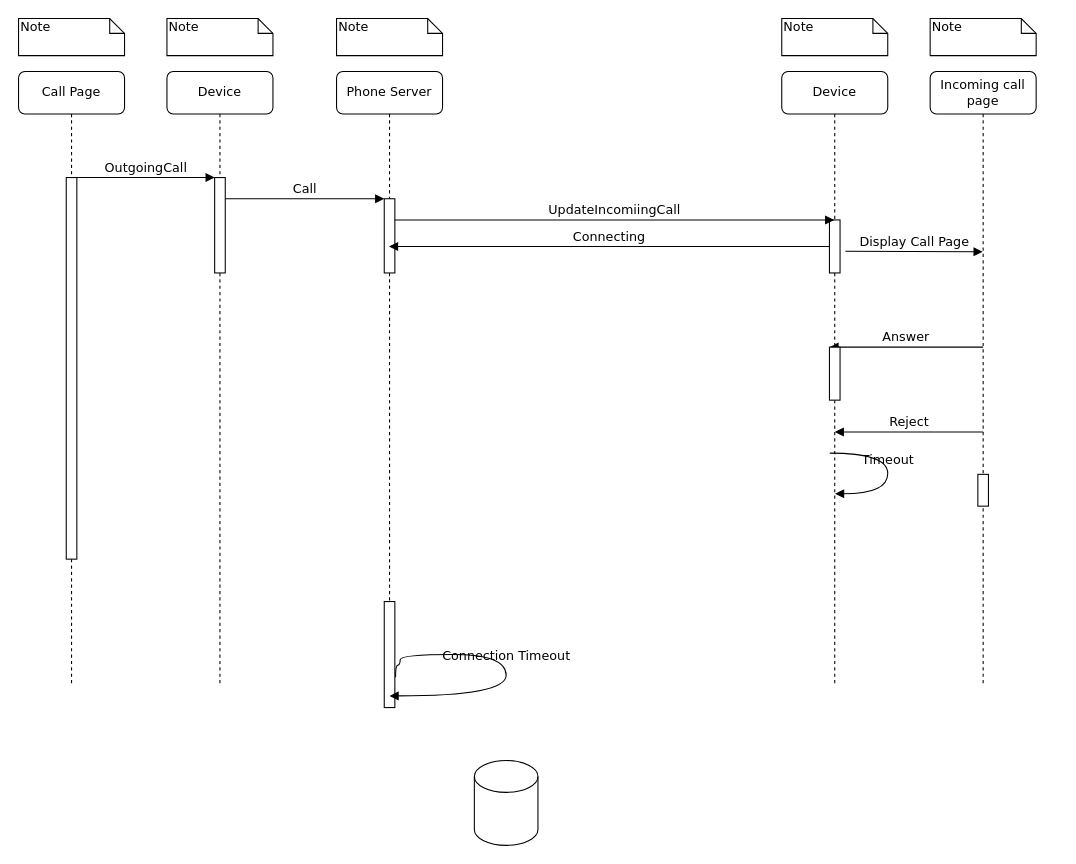
Earlier version of the draw.io diagram Doc/PhoneServerSequenceDiagram.drawio (amalia-angela/PhoneApp). Source tidied: cells renumbered, new cells numbered last; positions are measured from the earlier drawing's top-left corner, leaving out a move shared by most shapes. Both pictures are drawn from the tidied source at 106%, with x=0, y=0 at pixel (18, 18).
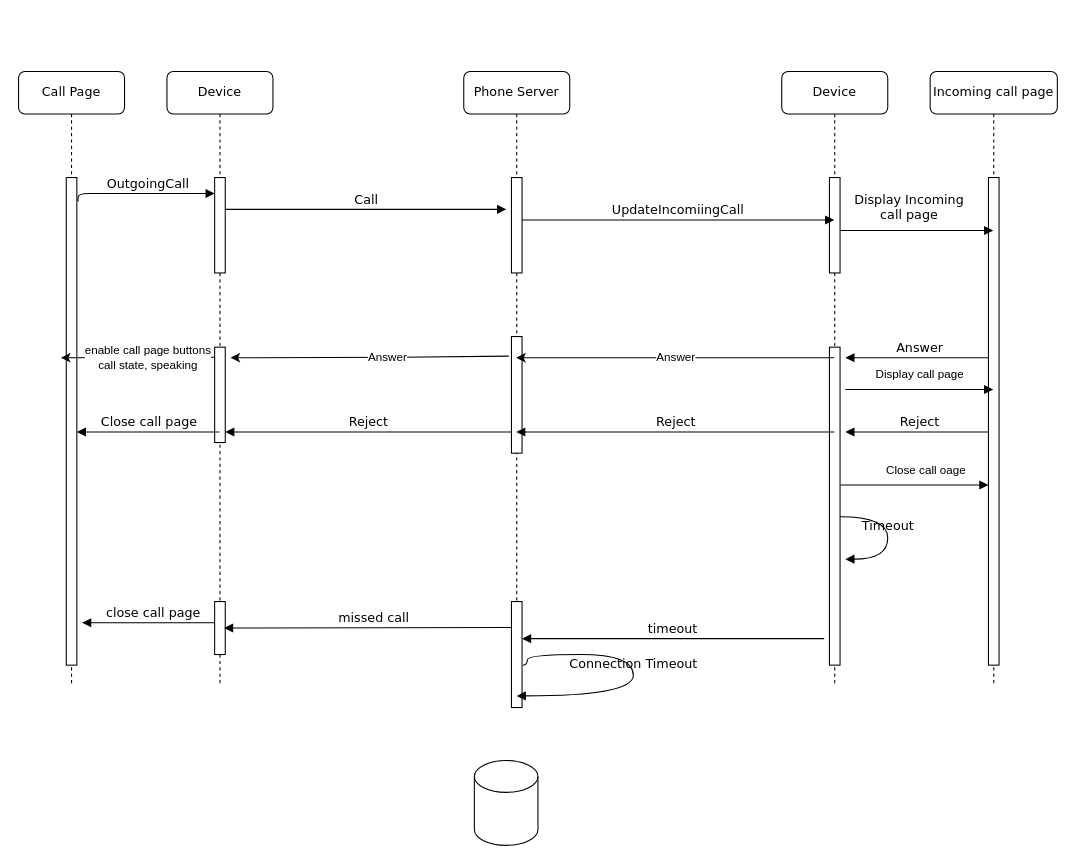
Above is the later version.

Commit message:
phone server sequence diagram

The change refers to these unchanged cells:
```xml
<mxCell id="2" value="Device" style="shape=umlLifeline;perimeter=lifelinePerimeter;whiteSpace=wrap;html=1;outlineConnect=0;rounded=1;shadow=0;comic=0;labelBackgroundColor=none;strokeWidth=1;fontFamily=Verdana;fontSize=12;align=center;" parent="1" vertex="1">
  <mxGeometry x="140" y="50" width="100" height="580" as="geometry" />
</mxCell>
<mxCell id="3" style="html=1;points=[];perimeter=orthogonalPerimeter;rounded=0;shadow=0;comic=0;labelBackgroundColor=none;strokeWidth=1;fontFamily=Verdana;fontSize=12;align=center;" parent="2" vertex="1">
  <mxGeometry x="45" y="100" width="10" height="90" as="geometry" />
</mxCell>
<mxCell id="6" style="html=1;points=[];perimeter=orthogonalPerimeter;rounded=0;shadow=0;comic=0;labelBackgroundColor=none;strokeWidth=1;fontFamily=Verdana;fontSize=12;align=center;" parent="4" vertex="1">
  <mxGeometry x="45" y="500" width="10" height="100" as="geometry" />
</mxCell>
<mxCell id="8" value="Device" style="shape=umlLifeline;perimeter=lifelinePerimeter;whiteSpace=wrap;html=1;outlineConnect=0;rounded=1;shadow=0;comic=0;labelBackgroundColor=none;strokeWidth=1;fontFamily=Verdana;fontSize=12;align=center;" parent="1" vertex="1">
  <mxGeometry x="720" y="50" width="100" height="580" as="geometry" />
</mxCell>
<mxCell id="15" value="Call Page" style="shape=umlLifeline;perimeter=lifelinePerimeter;whiteSpace=wrap;html=1;rounded=1;shadow=0;comic=0;labelBackgroundColor=none;strokeWidth=1;fontFamily=Verdana;fontSize=12;align=center;" parent="1" vertex="1">
  <mxGeometry y="50" width="100" height="580" as="geometry" />
</mxCell>
```

Change to the diagram source:
```diff
@@
+    <mxCell id="29" value="close call page&lt;br&gt;" style="html=1;verticalAlign=bottom;endArrow=block;labelBackgroundColor=none;fontFamily=Verdana;fontSize=12;edgeStyle=elbowEdgeStyle;elbow=vertical;" parent="2" edge="1">
+      <mxGeometry relative="1" as="geometry">
+        <mxPoint x="55" y="520" as="sourcePoint" />
+        <mxPoint x="-80" y="520" as="targetPoint" />
+        <Array as="points">
+          <mxPoint x="-70" y="520" />
+        </Array>
+      </mxGeometry>
+    </mxCell>
+    <mxCell id="30" style="html=1;perimeter=orthogonalPerimeter;rounded=0;shadow=0;comic=0;labelBackgroundColor=none;strokeWidth=1;fontFamily=Verdana;fontSize=12;align=center;" parent="2" vertex="1">
+      <mxGeometry x="45" y="260" width="10" height="90" as="geometry" />
+    </mxCell>
+    <mxCell id="31" style="html=1;points=[];perimeter=orthogonalPerimeter;rounded=0;shadow=0;comic=0;labelBackgroundColor=none;strokeWidth=1;fontFamily=Verdana;fontSize=12;align=center;" parent="2" vertex="1">
+      <mxGeometry x="45" y="500" width="10" height="50" as="geometry" />
+    </mxCell>
+    <mxCell id="32" value="missed call" style="html=1;verticalAlign=bottom;endArrow=block;labelBackgroundColor=none;fontFamily=Verdana;fontSize=12;edgeStyle=elbowEdgeStyle;elbow=vertical;entryX=0.886;entryY=0.511;entryDx=0;entryDy=0;entryPerimeter=0;" parent="2" edge="1" target="31">
+      <mxGeometry relative="1" as="geometry">
+        <mxPoint x="335" y="524.5" as="sourcePoint" />
+      </mxGeometry>
+    </mxCell>
     <mxCell id="4" value="Phone Server" style="shape=umlLifeline;perimeter=lifelinePerimeter;whiteSpace=wrap;html=1;outlineConnect=0;rounded=1;shadow=0;comic=0;labelBackgroundColor=none;strokeWidth=1;fontFamily=Verdana;fontSize=12;align=center;" parent="1" vertex="1">
-      <mxGeometry x="300" y="50" width="100" height="580" as="geometry" />
+      <mxGeometry x="420" y="50" width="100" height="570" as="geometry" />
     </mxCell>
     <mxCell id="5" style="html=1;points=[];perimeter=orthogonalPerimeter;rounded=0;shadow=0;comic=0;labelBackgroundColor=none;strokeWidth=1;fontFamily=Verdana;fontSize=12;align=center;" parent="4" vertex="1">
-      <mxGeometry x="45" y="120" width="10" height="70" as="geometry" />
+      <mxGeometry x="45" y="100" width="10" height="90" as="geometry" />
     </mxCell>
@@
-    <mxCell id="7" value="Connection Timeout" style="html=1;verticalAlign=bottom;endArrow=block;labelBackgroundColor=none;fontFamily=Verdana;fontSize=12;elbow=vertical;edgeStyle=orthogonalEdgeStyle;curved=1;exitX=1.066;exitY=0.713;exitPerimeter=0;" parent="4" edge="1" source="6">
+    <mxCell id="7" value="Connection Timeout" style="html=1;verticalAlign=bottom;endArrow=block;labelBackgroundColor=none;fontFamily=Verdana;fontSize=12;elbow=vertical;edgeStyle=orthogonalEdgeStyle;curved=1;" parent="4" edge="1">
       <mxGeometry relative="1" as="geometry">
+        <mxPoint x="56" y="560" as="sourcePoint" />
         <mxPoint x="50" y="589" as="targetPoint" />
         <Array as="points">
           <mxPoint x="56" y="560" />
           <mxPoint x="60" y="560" />
           <mxPoint x="60" y="550" />
           <mxPoint x="160" y="550" />
           <mxPoint x="160" y="589" />
         </Array>
       </mxGeometry>
     </mxCell>
+    <mxCell id="33" style="html=1;points=[];perimeter=orthogonalPerimeter;rounded=0;shadow=0;comic=0;labelBackgroundColor=none;strokeWidth=1;fontFamily=Verdana;fontSize=12;align=center;" parent="4" vertex="1">
+      <mxGeometry x="45" y="250" width="10" height="110" as="geometry" />
+    </mxCell>
+    <mxCell id="34" value="Reject" style="html=1;verticalAlign=bottom;endArrow=block;labelBackgroundColor=none;fontFamily=Verdana;fontSize=12;edgeStyle=elbowEdgeStyle;elbow=vertical;" parent="4" edge="1">
+      <mxGeometry relative="1" as="geometry">
+        <mxPoint x="45" y="340" as="sourcePoint" />
+        <mxPoint x="-225" y="340" as="targetPoint" />
+      </mxGeometry>
+    </mxCell>
@@
     <mxCell id="9" style="html=1;points=[];perimeter=orthogonalPerimeter;rounded=0;shadow=0;comic=0;labelBackgroundColor=none;strokeWidth=1;fontFamily=Verdana;fontSize=12;align=center;" parent="8" vertex="1">
-      <mxGeometry x="45" y="140" width="10" height="50" as="geometry" />
+      <mxGeometry x="45" y="100" width="10" height="90" as="geometry" />
     </mxCell>
-    <mxCell id="10" value="Answer" style="html=1;verticalAlign=bottom;endArrow=block;labelBackgroundColor=none;fontFamily=Verdana;fontSize=12;edgeStyle=elbowEdgeStyle;elbow=vertical;" parent="8" edge="1">
+    <mxCell id="10" value="Answer" style="html=1;verticalAlign=bottom;endArrow=block;labelBackgroundColor=none;fontFamily=Verdana;fontSize=12;edgeStyle=elbowEdgeStyle;elbow=vertical;" parent="8" edge="1" source="14">
       <mxGeometry relative="1" as="geometry">
-        <mxPoint x="190" y="260" as="sourcePoint" />
-        <mxPoint x="45" y="260" as="targetPoint" />
+        <mxPoint x="60" y="270" as="targetPoint" />
+        <Array as="points">
+          <mxPoint x="120" y="270" />
+        </Array>
       </mxGeometry>
     </mxCell>
-    <mxCell id="11" value="Timeout" style="html=1;verticalAlign=bottom;endArrow=block;labelBackgroundColor=none;fontFamily=Verdana;fontSize=12;elbow=vertical;edgeStyle=orthogonalEdgeStyle;curved=1;entryX=1;entryY=0.286;entryPerimeter=0;exitX=1.038;exitY=0.345;exitPerimeter=0;" parent="8" edge="1">
-      <mxGeometry relative="1" as="geometry">
-        <mxPoint x="45.3" y="360" as="sourcePoint" />
-        <mxPoint x="50.3" y="398.3" as="targetPoint" />
-        <Array as="points">
-          <mxPoint x="100" y="360" />
-          <mxPoint x="100" y="398" />
-        </Array>
-      </mxGeometry>
-    </mxCell>
     <mxCell id="12" style="html=1;points=[];perimeter=orthogonalPerimeter;rounded=0;shadow=0;comic=0;labelBackgroundColor=none;strokeWidth=1;fontFamily=Verdana;fontSize=12;align=center;" parent="8" vertex="1">
-      <mxGeometry x="45" y="260" width="10" height="50" as="geometry" />
+      <mxGeometry x="45" y="260" width="10" height="300" as="geometry" />
     </mxCell>
-    <mxCell id="13" value="Reject" style="html=1;verticalAlign=bottom;endArrow=block;labelBackgroundColor=none;fontFamily=Verdana;fontSize=12;edgeStyle=elbowEdgeStyle;elbow=vertical;" parent="8" edge="1">
+    <mxCell id="13" value="Reject" style="html=1;verticalAlign=bottom;endArrow=block;labelBackgroundColor=none;fontFamily=Verdana;fontSize=12;edgeStyle=elbowEdgeStyle;elbow=vertical;" parent="8" edge="1" source="14">
       <mxGeometry relative="1" as="geometry">
-        <mxPoint x="190" y="340" as="sourcePoint" />
-        <mxPoint x="50" y="340" as="targetPoint" />
+        <mxPoint x="60" y="340" as="targetPoint" />
+        <Array as="points">
+          <mxPoint x="60" y="340" />
+        </Array>
       </mxGeometry>
     </mxCell>
     <mxCell id="14" value="Incoming call page" style="shape=umlLifeline;perimeter=lifelinePerimeter;whiteSpace=wrap;html=1;outlineConnect=0;rounded=1;shadow=0;comic=0;labelBackgroundColor=none;strokeWidth=1;fontFamily=Verdana;fontSize=12;align=center;" parent="1" vertex="1">
-      <mxGeometry x="860" y="50" width="100" height="580" as="geometry" />
+      <mxGeometry x="860" y="50" width="120" height="580" as="geometry" />
     </mxCell>
+    <mxCell id="35" style="html=1;perimeter=orthogonalPerimeter;rounded=0;shadow=0;comic=0;labelBackgroundColor=none;strokeWidth=1;fontFamily=Verdana;fontSize=12;align=center;" parent="14" vertex="1">
+      <mxGeometry x="55" y="100" width="10" height="460" as="geometry" />
+    </mxCell>
+    <mxCell id="36" value="&lt;span style=&quot;font-family: Helvetica; font-size: 11px; background-color: rgb(255, 255, 255);&quot;&gt;Close call oage&lt;br&gt;&lt;br&gt;&lt;/span&gt;" style="html=1;verticalAlign=bottom;endArrow=block;labelBackgroundColor=none;fontFamily=Verdana;fontSize=12;edgeStyle=elbowEdgeStyle;elbow=vertical;" parent="14" edge="1">
+      <mxGeometry x="0.15" y="-10" relative="1" as="geometry">
+        <mxPoint x="-84.5" y="390" as="sourcePoint" />
+        <mxPoint x="55" y="390" as="targetPoint" />
+        <Array as="points">
+          <mxPoint x="-4.5" y="390" />
+        </Array>
+      </mxGeometry>
+    </mxCell>
@@
     <mxCell id="16" style="html=1;points=[];perimeter=orthogonalPerimeter;rounded=0;shadow=0;comic=0;labelBackgroundColor=none;strokeWidth=1;fontFamily=Verdana;fontSize=12;align=center;" parent="15" vertex="1">
-      <mxGeometry x="45" y="100" width="10" height="360" as="geometry" />
+      <mxGeometry x="45" y="100" width="10" height="460" as="geometry" />
     </mxCell>
+    <mxCell id="37" value="enable call page buttons&lt;br&gt;call state, speaking" style="endArrow=classic;html=1;rounded=0;" parent="15" edge="1">
+      <mxGeometry x="-0.13" relative="1" as="geometry">
+        <mxPoint x="185" y="269.5" as="sourcePoint" />
+        <mxPoint x="40" y="270" as="targetPoint" />
+      </mxGeometry>
+    </mxCell>
     <mxCell id="17" value="UpdateIncomiingCall" style="html=1;verticalAlign=bottom;endArrow=block;labelBackgroundColor=none;fontFamily=Verdana;fontSize=12;edgeStyle=elbowEdgeStyle;elbow=vertical;" parent="1" edge="1" source="5" target="8">
       <mxGeometry relative="1" as="geometry">
         <Array as="points">
-          <mxPoint x="360" y="190" />
+          <mxPoint x="480" y="190" />
         </Array>
       </mxGeometry>
     </mxCell>
-    <mxCell id="18" value="Connecting" style="html=1;verticalAlign=bottom;endArrow=block;labelBackgroundColor=none;fontFamily=Verdana;fontSize=12;edgeStyle=elbowEdgeStyle;elbow=vertical;" parent="1" edge="1" source="9" target="4">
-      <mxGeometry relative="1" as="geometry" />
-    </mxCell>
-    <mxCell id="19" style="html=1;perimeter=orthogonalPerimeter;rounded=0;shadow=0;comic=0;labelBackgroundColor=none;strokeColor=#000000;strokeWidth=1;fillColor=#FFFFFF;fontFamily=Verdana;fontSize=12;fontColor=#000000;align=center;" parent="1" vertex="1">
-      <mxGeometry x="905" y="430" width="10" height="30" as="geometry" />
-    </mxCell>
-    <mxCell id="20" value="OutgoingCall" style="html=1;verticalAlign=bottom;endArrow=block;entryX=0;entryY=0;labelBackgroundColor=none;fontFamily=Verdana;fontSize=12;edgeStyle=elbowEdgeStyle;elbow=vertical;" parent="1" edge="1" source="16" target="3">
-      <mxGeometry relative="1" as="geometry" />
-    </mxCell>
-    <mxCell id="21" value="Call" style="html=1;verticalAlign=bottom;endArrow=block;entryX=0;entryY=0;labelBackgroundColor=none;fontFamily=Verdana;fontSize=12;edgeStyle=elbowEdgeStyle;elbow=vertical;" parent="1" edge="1" source="3" target="5">
-      <mxGeometry relative="1" as="geometry" />
+    <mxCell id="21" value="Call" style="html=1;verticalAlign=bottom;endArrow=block;labelBackgroundColor=none;fontFamily=Verdana;fontSize=12;edgeStyle=elbowEdgeStyle;elbow=vertical;" parent="1" edge="1" source="3">
+      <mxGeometry relative="1" as="geometry">
+        <mxPoint x="460" y="180" as="targetPoint" />
+        <Array as="points">
+          <mxPoint x="360" y="180" />
+          <mxPoint x="360" y="170" />
+        </Array>
+      </mxGeometry>
     </mxCell>
-    <mxCell id="22" value="Note" style="shape=note;whiteSpace=wrap;html=1;size=14;verticalAlign=top;align=left;spacingTop=-6;rounded=0;shadow=0;comic=0;labelBackgroundColor=none;strokeWidth=1;fontFamily=Verdana;fontSize=12;" parent="1" vertex="1">
-      <mxGeometry width="100" height="35" as="geometry" />
-    </mxCell>
-    <mxCell id="23" value="Note" style="shape=note;whiteSpace=wrap;html=1;size=14;verticalAlign=top;align=left;spacingTop=-6;rounded=0;shadow=0;comic=0;labelBackgroundColor=none;strokeWidth=1;fontFamily=Verdana;fontSize=12;" parent="1" vertex="1">
-      <mxGeometry x="140" width="100" height="35" as="geometry" />
-    </mxCell>
-    <mxCell id="24" value="Note" style="shape=note;whiteSpace=wrap;html=1;size=14;verticalAlign=top;align=left;spacingTop=-6;rounded=0;shadow=0;comic=0;labelBackgroundColor=none;strokeWidth=1;fontFamily=Verdana;fontSize=12;" parent="1" vertex="1">
-      <mxGeometry x="300" width="100" height="35" as="geometry" />
-    </mxCell>
-    <mxCell id="25" value="Note" style="shape=note;whiteSpace=wrap;html=1;size=14;verticalAlign=top;align=left;spacingTop=-6;rounded=0;shadow=0;comic=0;labelBackgroundColor=none;strokeWidth=1;fontFamily=Verdana;fontSize=12;" parent="1" vertex="1">
-      <mxGeometry x="720" width="100" height="35" as="geometry" />
-    </mxCell>
-    <mxCell id="26" value="Note" style="shape=note;whiteSpace=wrap;html=1;size=14;verticalAlign=top;align=left;spacingTop=-6;rounded=0;shadow=0;comic=0;labelBackgroundColor=none;strokeWidth=1;fontFamily=Verdana;fontSize=12;" parent="1" vertex="1">
-      <mxGeometry x="860" width="100" height="35" as="geometry" />
-    </mxCell>
-    <mxCell id="27" value="Display Call Page" style="html=1;verticalAlign=bottom;endArrow=block;labelBackgroundColor=none;fontFamily=Verdana;fontSize=12;edgeStyle=elbowEdgeStyle;elbow=vertical;" parent="1" edge="1" target="14">
-      <mxGeometry relative="1" as="geometry">
-        <mxPoint x="780" y="219.5" as="sourcePoint" />
+    <mxCell id="27" value="Display Incoming &lt;br&gt;call page" style="html=1;verticalAlign=bottom;endArrow=block;labelBackgroundColor=none;fontFamily=Verdana;fontSize=12;edgeStyle=elbowEdgeStyle;elbow=vertical;" parent="1" edge="1" source="9" target="14">
+      <mxGeometry x="-0.1" y="5" relative="1" as="geometry">
+        <Array as="points">
+          <mxPoint x="790" y="200" />
+          <mxPoint x="830" y="220" />
+          <mxPoint x="850" y="220" />
+        </Array>
       </mxGeometry>
     </mxCell>
@@
+    <mxCell id="38" value="Answer&lt;br&gt;" style="endArrow=classic;html=1;rounded=0;" parent="1" edge="1" source="8" target="4">
+      <mxGeometry relative="1" as="geometry">
+        <Array as="points">
+          <mxPoint x="650" y="320" />
+        </Array>
+      </mxGeometry>
+    </mxCell>
+    <mxCell id="39" value="Answer&lt;br&gt;" style="endArrow=classic;html=1;rounded=0;exitX=-0.257;exitY=0.168;exitDx=0;exitDy=0;exitPerimeter=0;" parent="1" edge="1" source="33">
+      <mxGeometry x="-0.13" relative="1" as="geometry">
+        <mxPoint x="200" y="320" as="targetPoint" />
+        <Array as="points">
+          <mxPoint x="360.5" y="319.5" />
+        </Array>
+      </mxGeometry>
+    </mxCell>
+    <mxCell id="40" value="Reject" style="html=1;verticalAlign=bottom;endArrow=block;labelBackgroundColor=none;fontFamily=Verdana;fontSize=12;edgeStyle=elbowEdgeStyle;elbow=vertical;" parent="1" edge="1" target="4">
+      <mxGeometry relative="1" as="geometry">
+        <mxPoint x="769.5" y="390" as="sourcePoint" />
+      </mxGeometry>
+    </mxCell>
+    <mxCell id="41" value="Close call page&lt;br&gt;" style="html=1;verticalAlign=bottom;endArrow=block;labelBackgroundColor=none;fontFamily=Verdana;fontSize=12;edgeStyle=elbowEdgeStyle;elbow=vertical;" parent="1" edge="1" source="2" target="16">
+      <mxGeometry relative="1" as="geometry">
+        <Array as="points">
+          <mxPoint x="110" y="390" />
+        </Array>
+      </mxGeometry>
+    </mxCell>
+    <mxCell id="42" value="timeout&lt;br&gt;" style="html=1;verticalAlign=bottom;endArrow=block;labelBackgroundColor=none;fontFamily=Verdana;fontSize=12;edgeStyle=elbowEdgeStyle;elbow=vertical;entryX=1;entryY=0.35;entryDx=0;entryDy=0;entryPerimeter=0;" parent="1" edge="1" target="6">
+      <mxGeometry relative="1" as="geometry">
+        <mxPoint x="760" y="585" as="sourcePoint" />
+      </mxGeometry>
+    </mxCell>
+    <mxCell id="43" value="&lt;span style=&quot;font-family: Helvetica; font-size: 11px; background-color: rgb(255, 255, 255);&quot;&gt;Display call page&lt;br&gt;&lt;br&gt;&lt;/span&gt;" style="html=1;verticalAlign=bottom;endArrow=block;labelBackgroundColor=none;fontFamily=Verdana;fontSize=12;edgeStyle=elbowEdgeStyle;elbow=vertical;" parent="1" edge="1" target="14">
+      <mxGeometry y="-10" relative="1" as="geometry">
+        <mxPoint x="780" y="350" as="sourcePoint" />
+        <Array as="points">
+          <mxPoint x="860" y="350" />
+        </Array>
+      </mxGeometry>
+    </mxCell>
+    <mxCell id="11" value="Timeout" style="html=1;verticalAlign=bottom;endArrow=block;labelBackgroundColor=none;fontFamily=Verdana;fontSize=12;elbow=vertical;edgeStyle=orthogonalEdgeStyle;curved=1;" parent="1" edge="1" source="12">
+      <mxGeometry relative="1" as="geometry">
+        <mxPoint x="780" y="510" as="targetPoint" />
+        <Array as="points">
+          <mxPoint x="820" y="470" />
+          <mxPoint x="820" y="510" />
+        </Array>
+      </mxGeometry>
+    </mxCell>
+    <mxCell id="20" value="OutgoingCall" style="html=1;verticalAlign=bottom;endArrow=block;labelBackgroundColor=none;fontFamily=Verdana;fontSize=12;edgeStyle=elbowEdgeStyle;elbow=vertical;exitX=1.114;exitY=0.049;exitDx=0;exitDy=0;exitPerimeter=0;" parent="1" edge="1" source="16" target="3">
+      <mxGeometry x="0.07" relative="1" as="geometry">
+        <Array as="points">
+          <mxPoint x="60" y="165" />
+        </Array>
+      </mxGeometry>
+    </mxCell>
```
